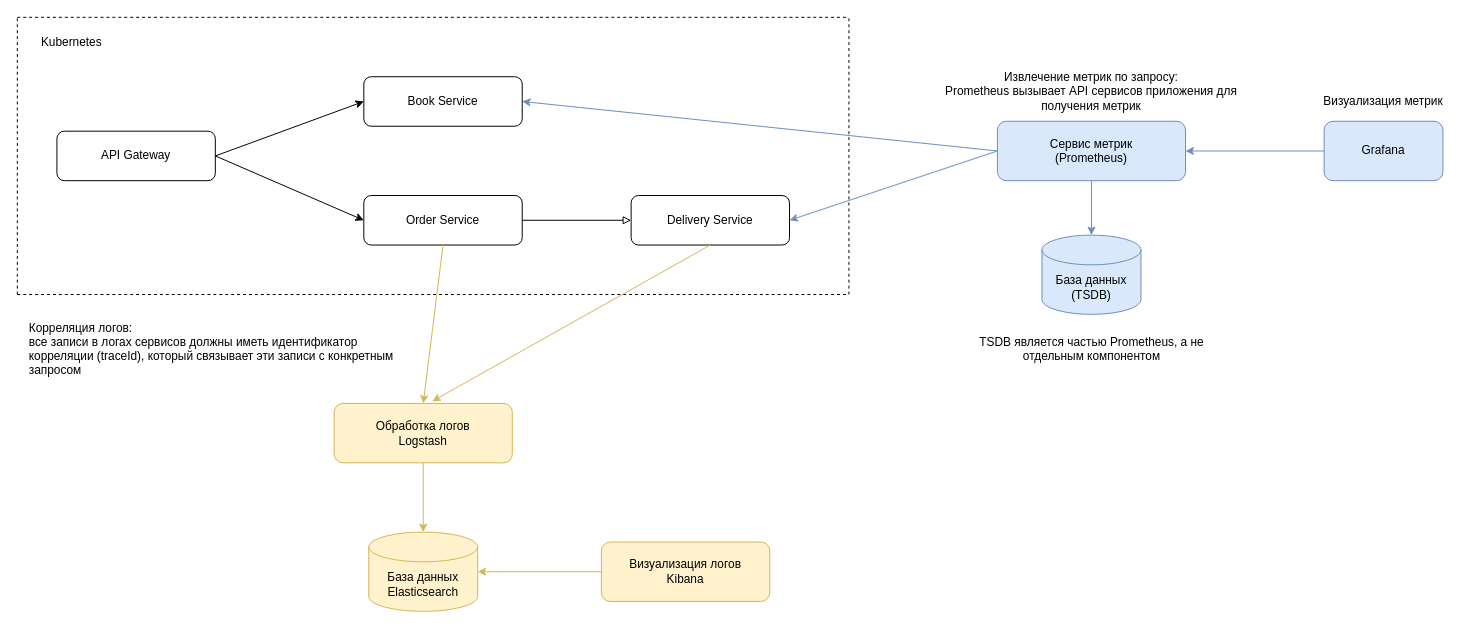
Above: 01-schema/online-shop-demo.drawio in ysavchen/online-shop-demo (draw.io), before the change. Source tidied: cells renumbered, new cells numbered last; positions are measured from the earlier drawing's top-left corner, leaving out a move shared by most shapes. Both pictures are drawn from the tidied source at 99%, with x=0, y=0 at pixel (17, 17).
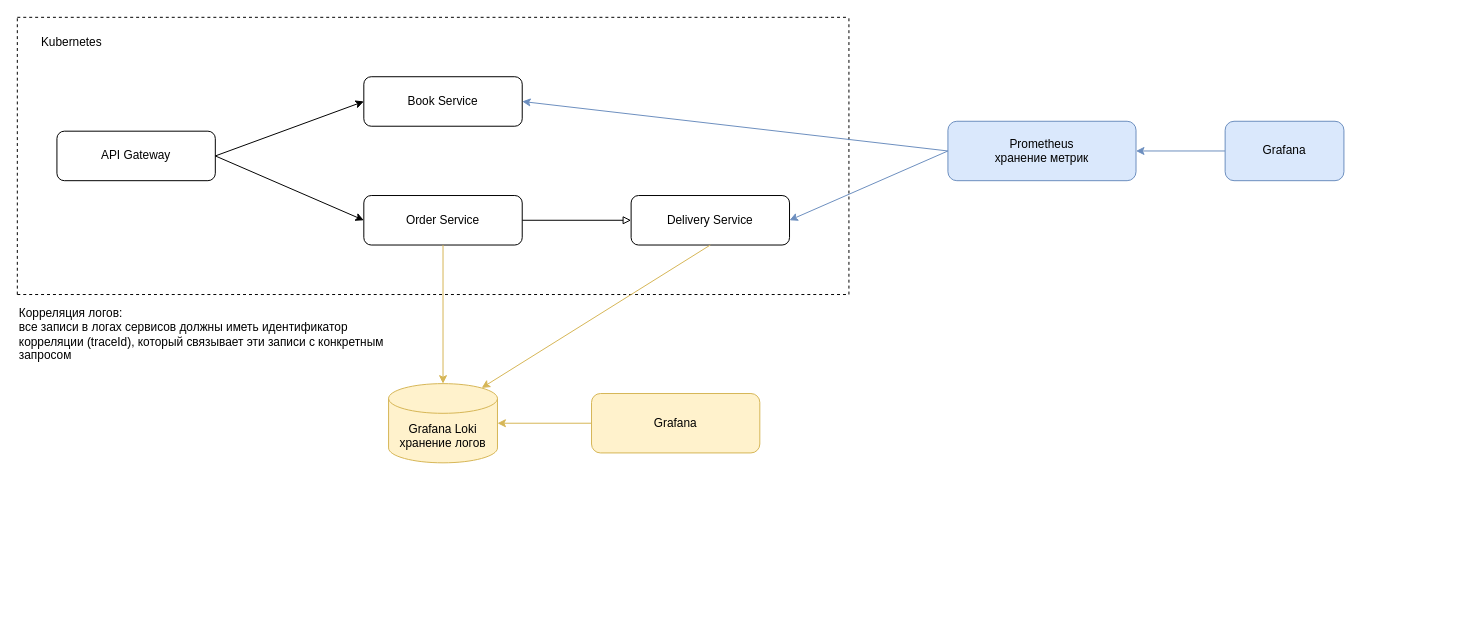
Above is the later version.

The change refers to these unchanged cells:
```xml
<mxCell id="4" value="Order Service" style="rounded=1;whiteSpace=wrap;html=1;fontSize=12;glass=0;strokeWidth=1;shadow=0;" parent="1" vertex="1">
  <mxGeometry x="350" y="180" width="160" height="50" as="geometry" />
</mxCell>
<mxCell id="5" value="Delivery Service" style="rounded=1;whiteSpace=wrap;html=1;fontSize=12;glass=0;strokeWidth=1;shadow=0;" parent="1" vertex="1">
  <mxGeometry x="620" y="180" width="160" height="50" as="geometry" />
</mxCell>
```

The edit, as a diff of the source:
```diff
@@
-    <mxCell id="13" style="edgeStyle=orthogonalEdgeStyle;rounded=0;jettySize=auto;html=1;fillColor=#dae8fc;strokeColor=#6c8ebf;" parent="1" edge="1" source="14" target="18">
-      <mxGeometry relative="1" as="geometry" />
-    </mxCell>
-    <mxCell id="14" value="Сервис метрик &lt;br&gt;(Prometheus)" style="rounded=1;whiteSpace=wrap;html=1;fillColor=#dae8fc;strokeColor=#6c8ebf;" parent="1" vertex="1">
-      <mxGeometry x="990" y="105" width="190" height="60" as="geometry" />
+    <mxCell id="14" value="Prometheus&lt;br&gt;хранение метрик" style="rounded=1;whiteSpace=wrap;html=1;fillColor=#dae8fc;strokeColor=#6c8ebf;" parent="1" vertex="1">
+      <mxGeometry x="940" y="105" width="190" height="60" as="geometry" />
     </mxCell>
@@
-    <mxCell id="17" value="Извлечение метрик по запросу:&lt;br&gt;Prometheus вызывает API сервисов приложения для получения метрик" style="text;html=1;align=center;verticalAlign=middle;whiteSpace=wrap;rounded=0;" parent="1" vertex="1">
-      <mxGeometry x="925" y="50" width="320" height="50" as="geometry" />
-    </mxCell>
-    <mxCell id="18" value="База данных&lt;br&gt;(TSDB)" style="shape=cylinder3;whiteSpace=wrap;html=1;boundedLbl=1;backgroundOutline=1;size=15;fillColor=#dae8fc;strokeColor=#6c8ebf;" parent="1" vertex="1">
-      <mxGeometry x="1035" y="220" width="100" height="80" as="geometry" />
-    </mxCell>
-    <mxCell id="19" value="TSDB является частью Prometheus, а не отдельным компонентом" style="text;html=1;align=center;verticalAlign=middle;whiteSpace=wrap;rounded=0;" parent="1" vertex="1">
-      <mxGeometry x="957.5" y="310" width="255" height="50" as="geometry" />
-    </mxCell>
@@
     <mxCell id="21" value="Grafana" style="rounded=1;whiteSpace=wrap;html=1;fillColor=#dae8fc;strokeColor=#6c8ebf;" parent="1" vertex="1">
-      <mxGeometry x="1320" y="105" width="120" height="60" as="geometry" />
+      <mxGeometry x="1220" y="105" width="120" height="60" as="geometry" />
     </mxCell>
-    <mxCell id="22" value="Визуализация метрик" style="text;html=1;align=center;verticalAlign=middle;whiteSpace=wrap;rounded=0;" parent="1" vertex="1">
-      <mxGeometry x="1305" y="70" width="150" height="30" as="geometry" />
-    </mxCell>
-    <mxCell id="23" style="edgeStyle=orthogonalEdgeStyle;rounded=0;jettySize=auto;html=1;fillColor=#fff2cc;strokeColor=#d6b656;" parent="1" edge="1" source="24" target="25">
-      <mxGeometry relative="1" as="geometry" />
-    </mxCell>
-    <mxCell id="24" value="Обработка логов&lt;br&gt;Logstash" style="rounded=1;whiteSpace=wrap;html=1;fillColor=#fff2cc;strokeColor=#d6b656;" parent="1" vertex="1">
-      <mxGeometry x="320" y="390" width="180" height="60" as="geometry" />
-    </mxCell>
-    <mxCell id="25" value="База данных&lt;br&gt;Elasticsearch" style="shape=cylinder3;whiteSpace=wrap;html=1;boundedLbl=1;backgroundOutline=1;size=15;fillColor=#fff2cc;strokeColor=#d6b656;" parent="1" vertex="1">
-      <mxGeometry x="355" y="520" width="110" height="80" as="geometry" />
+    <mxCell id="25" value="Grafana Loki&lt;br&gt;хранение логов" style="shape=cylinder3;whiteSpace=wrap;html=1;boundedLbl=1;backgroundOutline=1;size=15;fillColor=#fff2cc;strokeColor=#d6b656;" parent="1" vertex="1">
+      <mxGeometry x="375" y="370" width="110" height="80" as="geometry" />
     </mxCell>
-    <mxCell id="26" style="endArrow=classic;html=1;rounded=0;exitX=0.5;exitY=1;exitDx=0;exitDy=0;entryX=0.5;entryY=0;entryDx=0;entryDy=0;fillColor=#fff2cc;strokeColor=#d6b656;" parent="1" edge="1" source="4" target="24">
+    <mxCell id="26" style="endArrow=classic;html=1;rounded=0;exitX=0.5;exitY=1;exitDx=0;exitDy=0;entryX=0.5;entryY=0;entryDx=0;entryDy=0;fillColor=#fff2cc;strokeColor=#d6b656;entryPerimeter=0;" parent="1" edge="1" source="4" target="25">
       <mxGeometry relative="1" as="geometry" />
     </mxCell>
-    <mxCell id="27" style="endArrow=classic;html=1;rounded=0;exitX=0.5;exitY=1;exitDx=0;exitDy=0;entryX=0.551;entryY=-0.037;entryDx=0;entryDy=0;entryPerimeter=0;fillColor=#fff2cc;strokeColor=#d6b656;" parent="1" edge="1" source="5" target="24">
+    <mxCell id="27" style="endArrow=classic;html=1;rounded=0;exitX=0.5;exitY=1;exitDx=0;exitDy=0;entryX=0.855;entryY=0;entryDx=0;entryDy=4.35;entryPerimeter=0;fillColor=#fff2cc;strokeColor=#d6b656;" parent="1" edge="1" source="5" target="25">
       <mxGeometry relative="1" as="geometry" />
     </mxCell>
@@
-    <mxCell id="29" value="Визуализация логов&lt;br&gt;Kibana" style="rounded=1;whiteSpace=wrap;html=1;fillColor=#fff2cc;fillStyle=auto;strokeColor=#d6b656;" parent="1" vertex="1">
-      <mxGeometry x="590" y="530" width="170" height="60" as="geometry" />
+    <mxCell id="29" value="Grafana" style="rounded=1;whiteSpace=wrap;html=1;fillColor=#fff2cc;fillStyle=auto;strokeColor=#d6b656;" parent="1" vertex="1">
+      <mxGeometry x="580" y="380" width="170" height="60" as="geometry" />
     </mxCell>
     <mxCell id="30" value="Корреляция логов:&lt;br&gt;все записи в логах сервисов должны иметь идентификатор корреляции (traceId), который связывает эти записи с конкретным запросом" style="text;html=1;align=left;verticalAlign=middle;whiteSpace=wrap;rounded=0;" parent="1" vertex="1">
-      <mxGeometry x="10" y="295" width="390" height="80" as="geometry" />
+      <mxGeometry y="280" width="390" height="80" as="geometry" />
     </mxCell>
```
